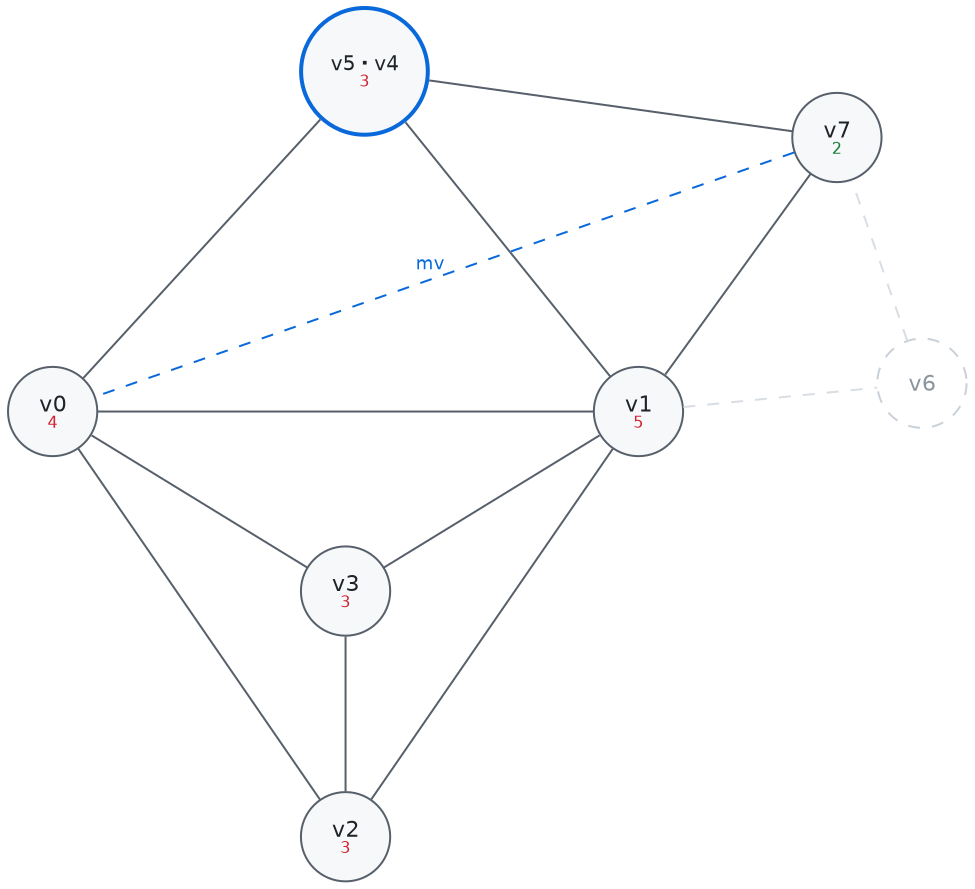
Earlier version of the Graphviz export Sable/compiler/doc/figures/wt-3-coalesce.png (aita/CompLab). Its source is kept beside it as Sable/compiler/doc/figures/wt-3-coalesce.dot.
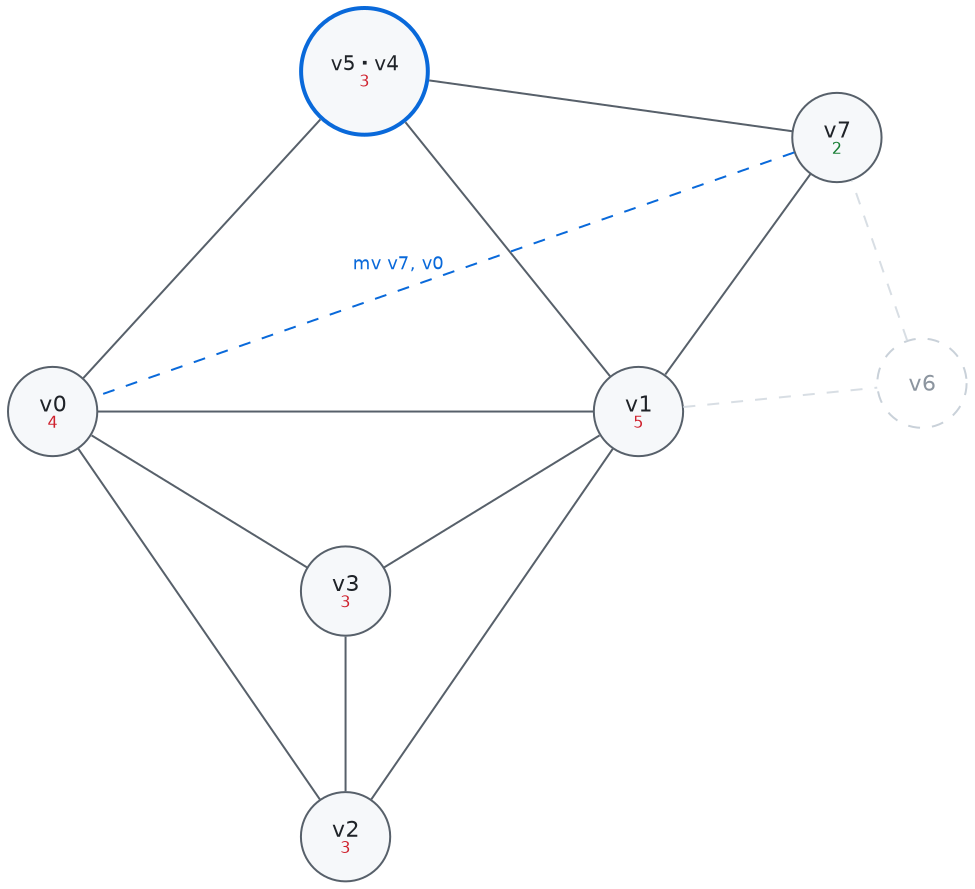
After the change.

What changed in the source:
```diff
@@ -26,5 +26,5 @@
   v2 -- v3 [color = "#57606a"];
   v5 -- v7 [color = "#57606a"];
   v6 -- v7 [color = "#d8dee4", style = dashed];
-  v7 -- v0 [style = dashed, color = "#0969da", label = "mv", fontcolor = "#0969da"];
+  v7 -- v0 [style = dashed, color = "#0969da", label = "mv v7, v0", fontcolor = "#0969da"];
 }
```
